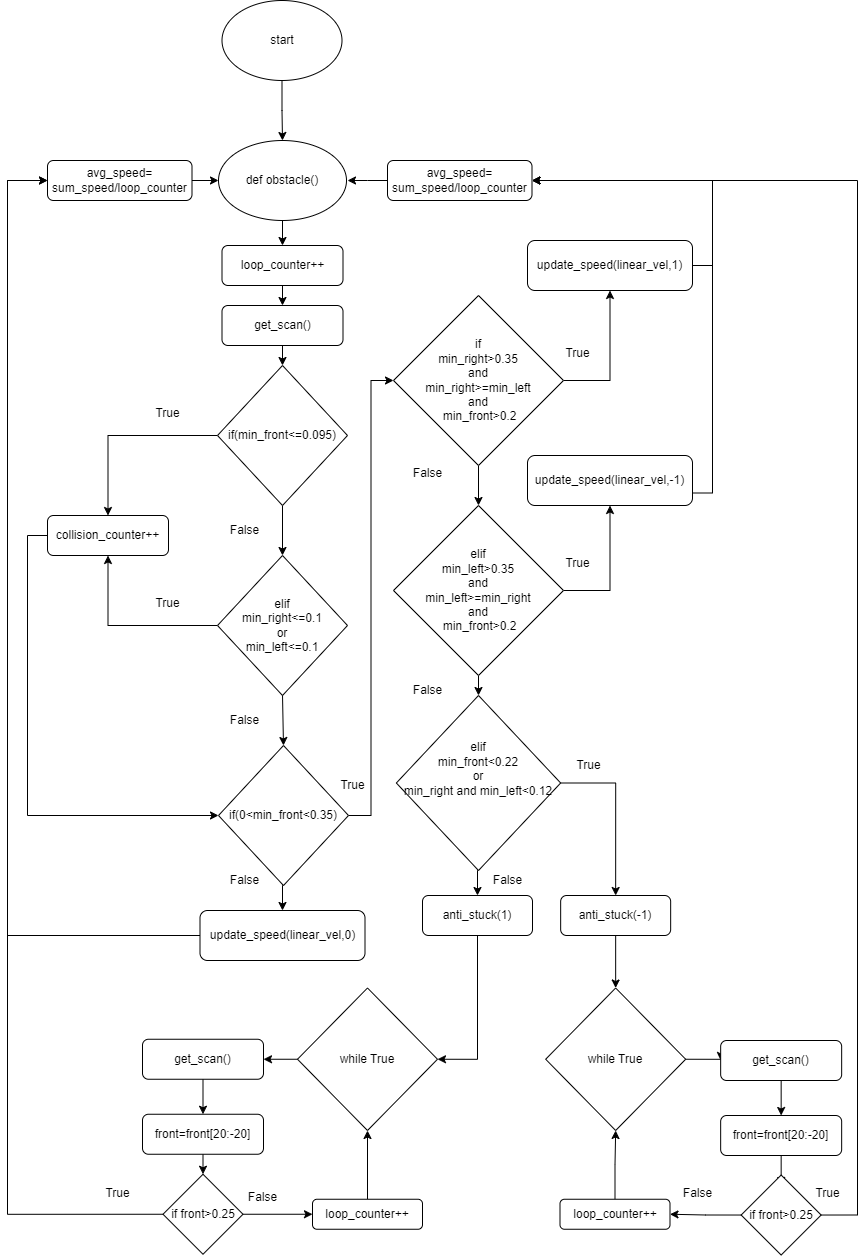
This is Untitled Diagram.drawio.png from Teun0n/flowcharts, a draw.io export, as it was before one commit. Source tidied: cells renumbered, new cells last; positions are measured from the earlier drawing's top-left corner, leaving out a move shared by most shapes.
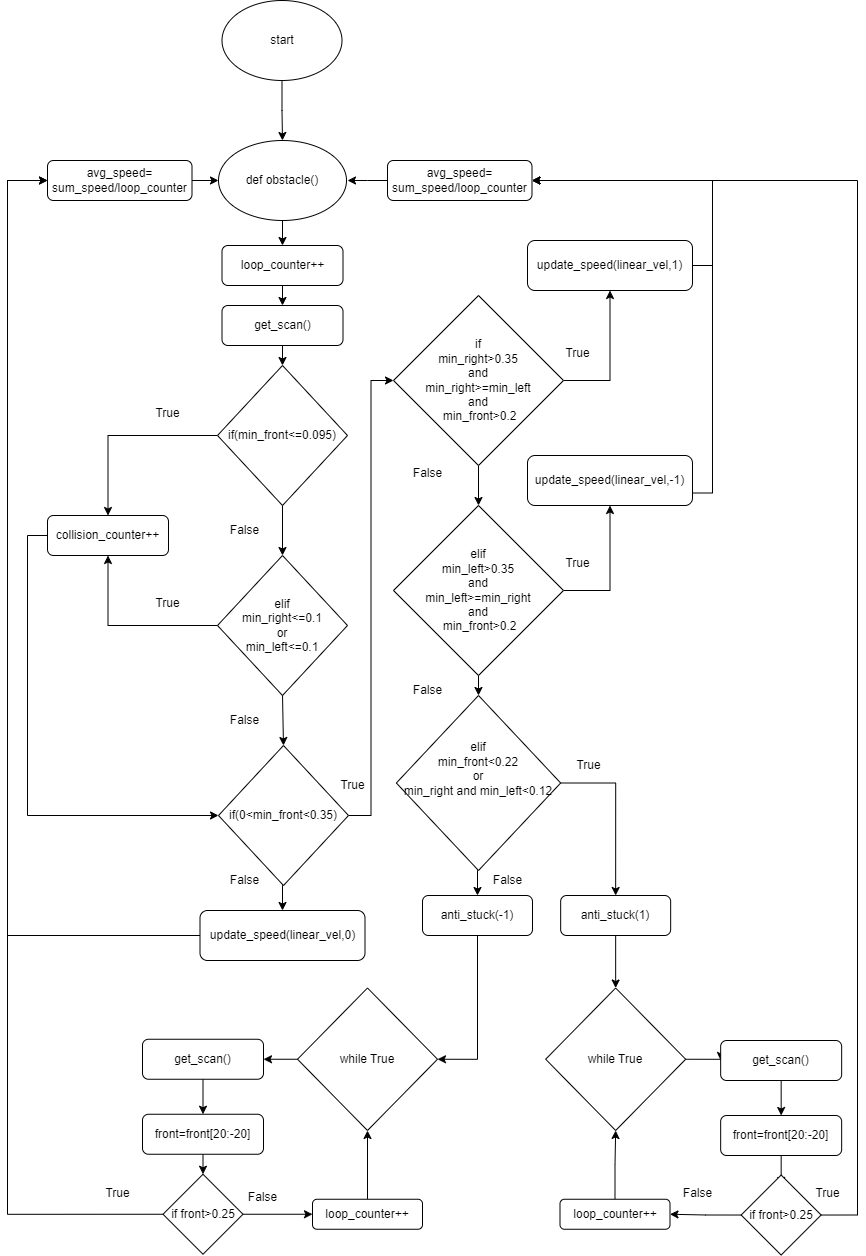
Above is the later version.

Diff of the diagram source:
```diff
@@ -126,7 +126,7 @@
     <mxCell id="40" style="edgeStyle=orthogonalEdgeStyle;rounded=0;jettySize=auto;html=1;exitX=0.5;exitY=1;exitDx=0;exitDy=0;entryX=0.5;entryY=0;entryDx=0;entryDy=0;" parent="1" edge="1" source="41" target="31">
       <mxGeometry relative="1" as="geometry" />
     </mxCell>
-    <mxCell id="41" value="anti_stuck(-1)" style="rounded=1;whiteSpace=wrap;html=1;" parent="1" vertex="1">
+    <mxCell id="41" value="anti_stuck(1)" style="rounded=1;whiteSpace=wrap;html=1;" parent="1" vertex="1">
       <mxGeometry x="553.2" y="895" width="110" height="40" as="geometry" />
     </mxCell>
     <mxCell id="42" style="edgeStyle=orthogonalEdgeStyle;rounded=0;jettySize=auto;html=1;exitX=0;exitY=0.5;exitDx=0;exitDy=0;entryX=1;entryY=0.5;entryDx=0;entryDy=0;" parent="1" edge="1" source="44" target="68">
@@ -164,7 +164,7 @@
     <mxCell id="51" style="edgeStyle=orthogonalEdgeStyle;rounded=0;jettySize=auto;html=1;exitX=0.5;exitY=1;exitDx=0;exitDy=0;entryX=1;entryY=0.5;entryDx=0;entryDy=0;" parent="1" edge="1" source="52" target="46">
       <mxGeometry relative="1" as="geometry" />
     </mxCell>
-    <mxCell id="52" value="anti_stuck(1)" style="rounded=1;whiteSpace=wrap;html=1;" parent="1" vertex="1">
+    <mxCell id="52" value="anti_stuck(-1)" style="rounded=1;whiteSpace=wrap;html=1;" parent="1" vertex="1">
       <mxGeometry x="415" y="895" width="110" height="40" as="geometry" />
     </mxCell>
     <mxCell id="53" style="edgeStyle=orthogonalEdgeStyle;rounded=0;jettySize=auto;html=1;exitX=1;exitY=0.5;exitDx=0;exitDy=0;entryX=0;entryY=0.5;entryDx=0;entryDy=0;" parent="1" edge="1" source="55" target="58">
```
